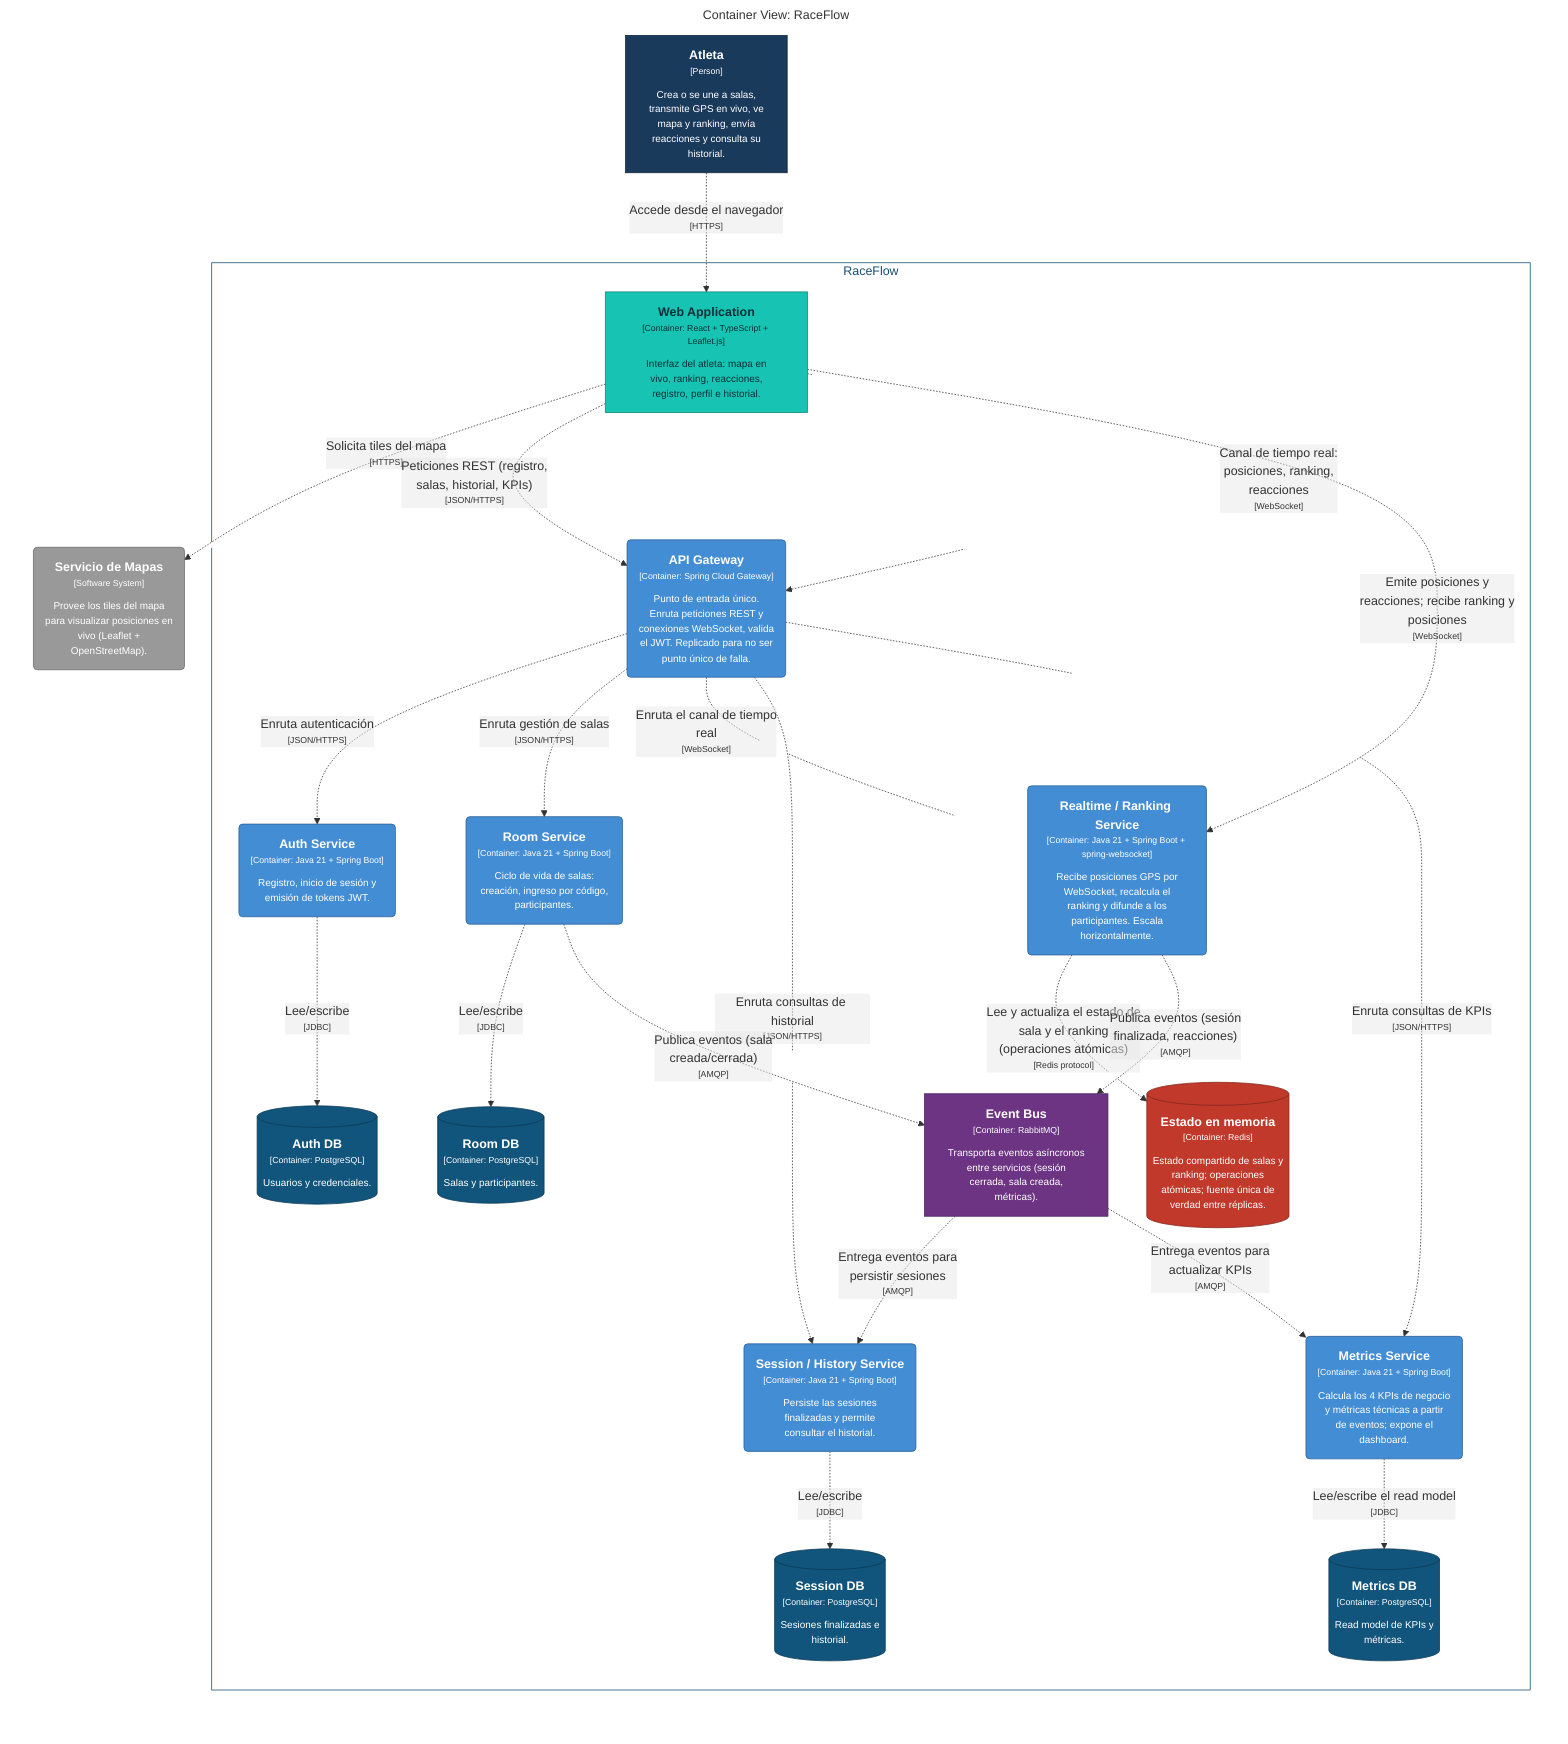
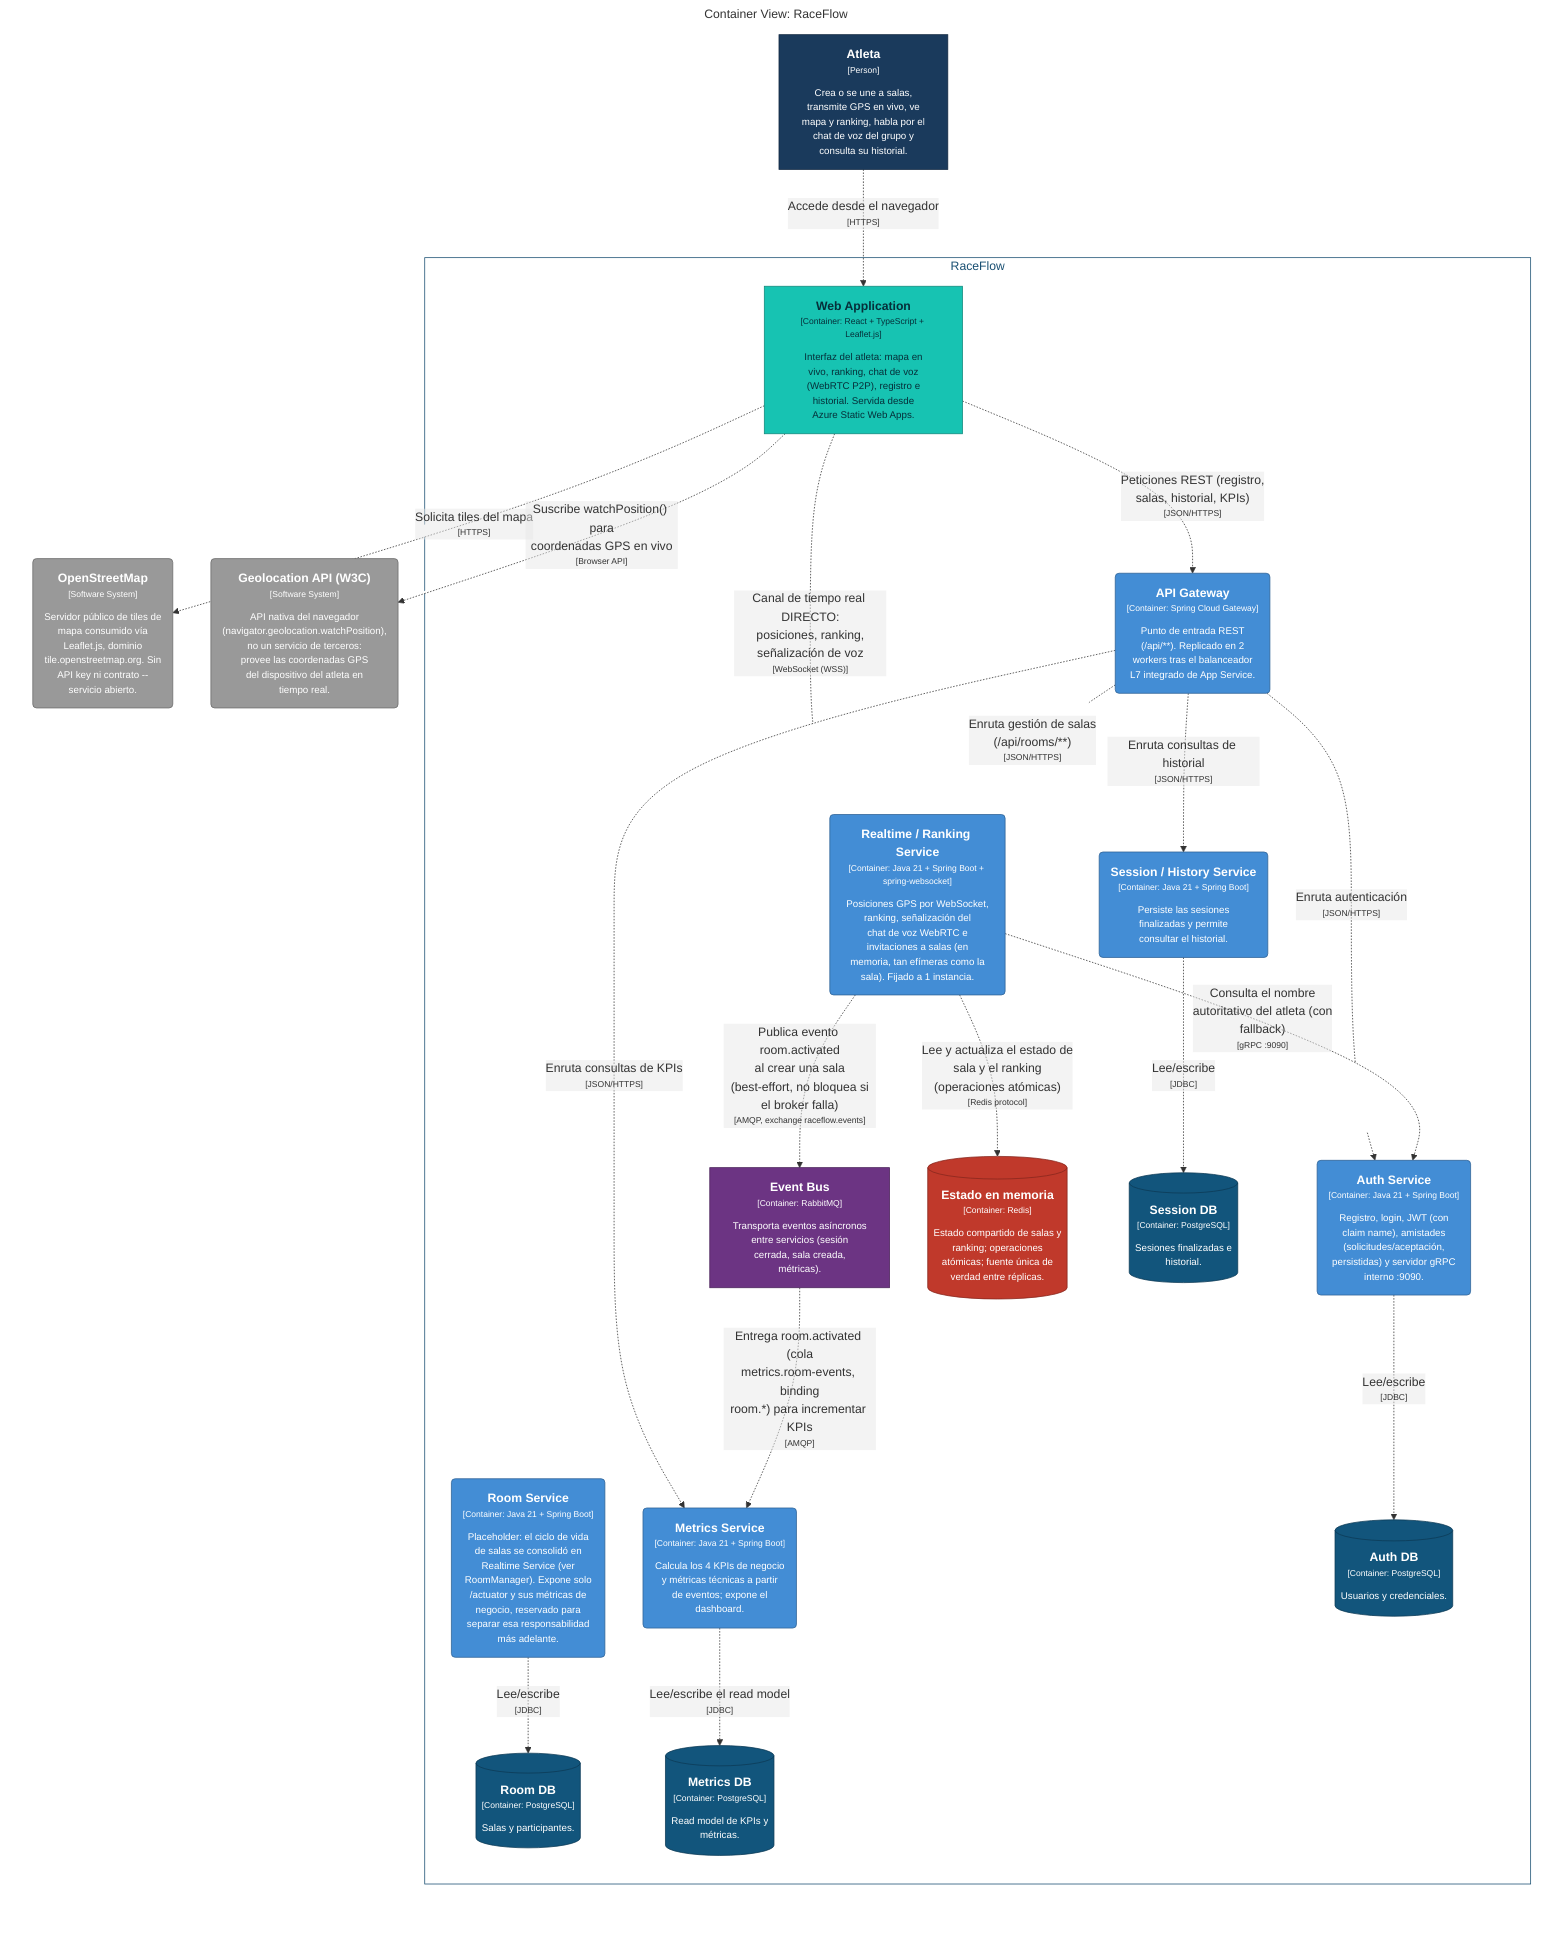
graph LR
  linkStyle default fill:#ffffff

  subgraph diagram ["Container View: RaceFlow"]
    style diagram fill:#ffffff,stroke:#ffffff

-     1["<div style='font-weight: bold'>Atleta</div><div style='font-size: 70%; margin-top: 0px'>[Person]</div><div style='font-size: 80%; margin-top:10px'>Crea o se une a salas,<br />transmite GPS en vivo, ve<br />mapa y ranking, envía<br />reacciones y consulta su<br />historial.</div>"]
+     1["<div style='font-weight: bold'>Atleta</div><div style='font-size: 70%; margin-top: 0px'>[Person]</div><div style='font-size: 80%; margin-top:10px'>Crea o se une a salas,<br />transmite GPS en vivo, ve<br />mapa y ranking, habla por el<br />chat de voz del grupo y<br />consulta su historial.</div>"]
    style 1 fill:#1a3a5c,stroke:#122840,color:#ffffff
-     2("<div style='font-weight: bold'>Servicio de Mapas</div><div style='font-size: 70%; margin-top: 0px'>[Software System]</div><div style='font-size: 80%; margin-top:10px'>Provee los tiles del mapa<br />para visualizar posiciones en<br />vivo (Leaflet +<br />OpenStreetMap).</div>")
+     2("<div style='font-weight: bold'>OpenStreetMap</div><div style='font-size: 70%; margin-top: 0px'>[Software System]</div><div style='font-size: 80%; margin-top:10px'>Servidor público de tiles de<br />mapa consumido vía<br />Leaflet.js, dominio<br />tile.openstreetmap.org. Sin<br />API key ni contrato --<br />servicio abierto.</div>")
    style 2 fill:#999999,stroke:#6b6b6b,color:#ffffff
+     3("<div style='font-weight: bold'>Geolocation API (W3C)</div><div style='font-size: 70%; margin-top: 0px'>[Software System]</div><div style='font-size: 80%; margin-top:10px'>API nativa del navegador<br />(navigator.geolocation.watchPosition),<br />no un servicio de terceros:<br />provee las coordenadas GPS<br />del dispositivo del atleta en<br />tiempo real.</div>")
+     style 3 fill:#999999,stroke:#6b6b6b,color:#ffffff

    subgraph 4 ["RaceFlow"]
      style 4 fill:#ffffff,stroke:#194f72,color:#194f72

      16("<div style='font-weight: bold'>Session / History Service</div><div style='font-size: 70%; margin-top: 0px'>[Container: Java 21 + Spring Boot]</div><div style='font-size: 80%; margin-top:10px'>Persiste las sesiones<br />finalizadas y permite<br />consultar el historial.</div>")
      style 16 fill:#438dd5,stroke:#2e6295,color:#ffffff
      17("<div style='font-weight: bold'>Metrics Service</div><div style='font-size: 70%; margin-top: 0px'>[Container: Java 21 + Spring Boot]</div><div style='font-size: 80%; margin-top:10px'>Calcula los 4 KPIs de negocio<br />y métricas técnicas a partir<br />de eventos; expone el<br />dashboard.</div>")
      style 17 fill:#438dd5,stroke:#2e6295,color:#ffffff
      18["<div style='font-weight: bold'>Event Bus</div><div style='font-size: 70%; margin-top: 0px'>[Container: RabbitMQ]</div><div style='font-size: 80%; margin-top:10px'>Transporta eventos asíncronos<br />entre servicios (sesión<br />cerrada, sala creada,<br />métricas).</div>"]
      style 18 fill:#6c3483,stroke:#4b245b,color:#ffffff
      19[("<div style='font-weight: bold'>Estado en memoria</div><div style='font-size: 70%; margin-top: 0px'>[Container: Redis]</div><div style='font-size: 80%; margin-top:10px'>Estado compartido de salas y<br />ranking; operaciones<br />atómicas; fuente única de<br />verdad entre réplicas.</div>")]
      style 19 fill:#c0392b,stroke:#86271e,color:#ffffff
      20[("<div style='font-weight: bold'>Auth DB</div><div style='font-size: 70%; margin-top: 0px'>[Container: PostgreSQL]</div><div style='font-size: 80%; margin-top:10px'>Usuarios y credenciales.</div>")]
      style 20 fill:#12557c,stroke:#0c3b56,color:#ffffff
      21[("<div style='font-weight: bold'>Room DB</div><div style='font-size: 70%; margin-top: 0px'>[Container: PostgreSQL]</div><div style='font-size: 80%; margin-top:10px'>Salas y participantes.</div>")]
      style 21 fill:#12557c,stroke:#0c3b56,color:#ffffff
      22[("<div style='font-weight: bold'>Session DB</div><div style='font-size: 70%; margin-top: 0px'>[Container: PostgreSQL]</div><div style='font-size: 80%; margin-top:10px'>Sesiones finalizadas e<br />historial.</div>")]
      style 22 fill:#12557c,stroke:#0c3b56,color:#ffffff
      23[("<div style='font-weight: bold'>Metrics DB</div><div style='font-size: 70%; margin-top: 0px'>[Container: PostgreSQL]</div><div style='font-size: 80%; margin-top:10px'>Read model de KPIs y<br />métricas.</div>")]
      style 23 fill:#12557c,stroke:#0c3b56,color:#ffffff
-       5["<div style='font-weight: bold'>Web Application</div><div style='font-size: 70%; margin-top: 0px'>[Container: React + TypeScript + Leaflet.js]</div><div style='font-size: 80%; margin-top:10px'>Interfaz del atleta: mapa en<br />vivo, ranking, reacciones,<br />registro, perfil e historial.</div>"]
+       5["<div style='font-weight: bold'>Web Application</div><div style='font-size: 70%; margin-top: 0px'>[Container: React + TypeScript + Leaflet.js]</div><div style='font-size: 80%; margin-top:10px'>Interfaz del atleta: mapa en<br />vivo, ranking, chat de voz<br />(WebRTC P2P), registro e<br />historial. Servida desde<br />Azure Static Web Apps.</div>"]
      style 5 fill:#17c3b2,stroke:#10887c,color:#06303a
-       6("<div style='font-weight: bold'>API Gateway</div><div style='font-size: 70%; margin-top: 0px'>[Container: Spring Cloud Gateway]</div><div style='font-size: 80%; margin-top:10px'>Punto de entrada único.<br />Enruta peticiones REST y<br />conexiones WebSocket, valida<br />el JWT. Replicado para no ser<br />punto único de falla.</div>")
+       6("<div style='font-weight: bold'>API Gateway</div><div style='font-size: 70%; margin-top: 0px'>[Container: Spring Cloud Gateway]</div><div style='font-size: 80%; margin-top:10px'>Punto de entrada REST<br />(/api/**). Replicado en 2<br />workers tras el balanceador<br />L7 integrado de App Service.</div>")
      style 6 fill:#438dd5,stroke:#2e6295,color:#ffffff
-       7("<div style='font-weight: bold'>Auth Service</div><div style='font-size: 70%; margin-top: 0px'>[Container: Java 21 + Spring Boot]</div><div style='font-size: 80%; margin-top:10px'>Registro, inicio de sesión y<br />emisión de tokens JWT.</div>")
+       7("<div style='font-weight: bold'>Auth Service</div><div style='font-size: 70%; margin-top: 0px'>[Container: Java 21 + Spring Boot]</div><div style='font-size: 80%; margin-top:10px'>Registro, login, JWT (con<br />claim name), amistades<br />(solicitudes/aceptación,<br />persistidas) y servidor gRPC<br />interno :9090.</div>")
      style 7 fill:#438dd5,stroke:#2e6295,color:#ffffff
-       8("<div style='font-weight: bold'>Room Service</div><div style='font-size: 70%; margin-top: 0px'>[Container: Java 21 + Spring Boot]</div><div style='font-size: 80%; margin-top:10px'>Ciclo de vida de salas:<br />creación, ingreso por código,<br />participantes.</div>")
+       8("<div style='font-weight: bold'>Room Service</div><div style='font-size: 70%; margin-top: 0px'>[Container: Java 21 + Spring Boot]</div><div style='font-size: 80%; margin-top:10px'>Placeholder: el ciclo de vida<br />de salas se consolidó en<br />Realtime Service (ver<br />RoomManager). Expone solo<br />/actuator y sus métricas de<br />negocio, reservado para<br />separar esa responsabilidad<br />más adelante.</div>")
      style 8 fill:#438dd5,stroke:#2e6295,color:#ffffff
-       9("<div style='font-weight: bold'>Realtime / Ranking Service</div><div style='font-size: 70%; margin-top: 0px'>[Container: Java 21 + Spring Boot + spring-websocket]</div><div style='font-size: 80%; margin-top:10px'>Recibe posiciones GPS por<br />WebSocket, recalcula el<br />ranking y difunde a los<br />participantes. Escala<br />horizontalmente.</div>")
+       9("<div style='font-weight: bold'>Realtime / Ranking Service</div><div style='font-size: 70%; margin-top: 0px'>[Container: Java 21 + Spring Boot + spring-websocket]</div><div style='font-size: 80%; margin-top:10px'>Posiciones GPS por WebSocket,<br />ranking, señalización del<br />chat de voz WebRTC e<br />invitaciones a salas (en<br />memoria, tan efímeras como la<br />sala). Fijado a 1 instancia.</div>")
      style 9 fill:#438dd5,stroke:#2e6295,color:#ffffff
    end

    1-. "<div>Accede desde el navegador</div><div style='font-size: 70%'>[HTTPS]</div>" .->5
    5-. "<div>Solicita tiles del mapa</div><div style='font-size: 70%'>[HTTPS]</div>" .->2
+     5-. "<div>Suscribe watchPosition() para<br />coordenadas GPS en vivo</div><div style='font-size: 70%'>[Browser API]</div>" .->3
    5-. "<div>Peticiones REST (registro,<br />salas, historial, KPIs)</div><div style='font-size: 70%'>[JSON/HTTPS]</div>" .->6
-     5-. "<div>Canal de tiempo real:<br />posiciones, ranking,<br />reacciones</div><div style='font-size: 70%'>[WebSocket]</div>" .->6
+     5-. "<div>Canal de tiempo real DIRECTO:<br />posiciones, ranking,<br />señalización de voz</div><div style='font-size: 70%'>[WebSocket (WSS)]</div>" .->9
    6-. "<div>Enruta autenticación</div><div style='font-size: 70%'>[JSON/HTTPS]</div>" .->7
-     6-. "<div>Enruta gestión de salas</div><div style='font-size: 70%'>[JSON/HTTPS]</div>" .->8
-     6-. "<div>Enruta el canal de tiempo<br />real</div><div style='font-size: 70%'>[WebSocket]</div>" .->9
+     6-. "<div>Enruta gestión de salas<br />(/api/rooms/**)</div><div style='font-size: 70%'>[JSON/HTTPS]</div>" .->9
+     9-. "<div>Consulta el nombre<br />autoritativo del atleta (con<br />fallback)</div><div style='font-size: 70%'>[gRPC :9090]</div>" .->7
    6-. "<div>Enruta consultas de historial</div><div style='font-size: 70%'>[JSON/HTTPS]</div>" .->16
    6-. "<div>Enruta consultas de KPIs</div><div style='font-size: 70%'>[JSON/HTTPS]</div>" .->17
    9-. "<div>Lee y actualiza el estado de<br />sala y el ranking<br />(operaciones atómicas)</div><div style='font-size: 70%'>[Redis protocol]</div>" .->19
    7-. "<div>Lee/escribe</div><div style='font-size: 70%'>[JDBC]</div>" .->20
    8-. "<div>Lee/escribe</div><div style='font-size: 70%'>[JDBC]</div>" .->21
    16-. "<div>Lee/escribe</div><div style='font-size: 70%'>[JDBC]</div>" .->22
    17-. "<div>Lee/escribe el read model</div><div style='font-size: 70%'>[JDBC]</div>" .->23
-     8-. "<div>Publica eventos (sala<br />creada/cerrada)</div><div style='font-size: 70%'>[AMQP]</div>" .->18
-     9-. "<div>Publica eventos (sesión<br />finalizada, reacciones)</div><div style='font-size: 70%'>[AMQP]</div>" .->18
-     18-. "<div>Entrega eventos para<br />persistir sesiones</div><div style='font-size: 70%'>[AMQP]</div>" .->16
-     18-. "<div>Entrega eventos para<br />actualizar KPIs</div><div style='font-size: 70%'>[AMQP]</div>" .->17
-     5-. "<div>Emite posiciones y<br />reacciones; recibe ranking y<br />posiciones</div><div style='font-size: 70%'>[WebSocket]</div>" .->9
+     9-. "<div>Publica evento room.activated<br />al crear una sala<br />(best-effort, no bloquea si<br />el broker falla)</div><div style='font-size: 70%'>[AMQP, exchange raceflow.events]</div>" .->18
+     18-. "<div>Entrega room.activated (cola<br />metrics.room-events, binding<br />room.*) para incrementar KPIs</div><div style='font-size: 70%'>[AMQP]</div>" .->17

  end